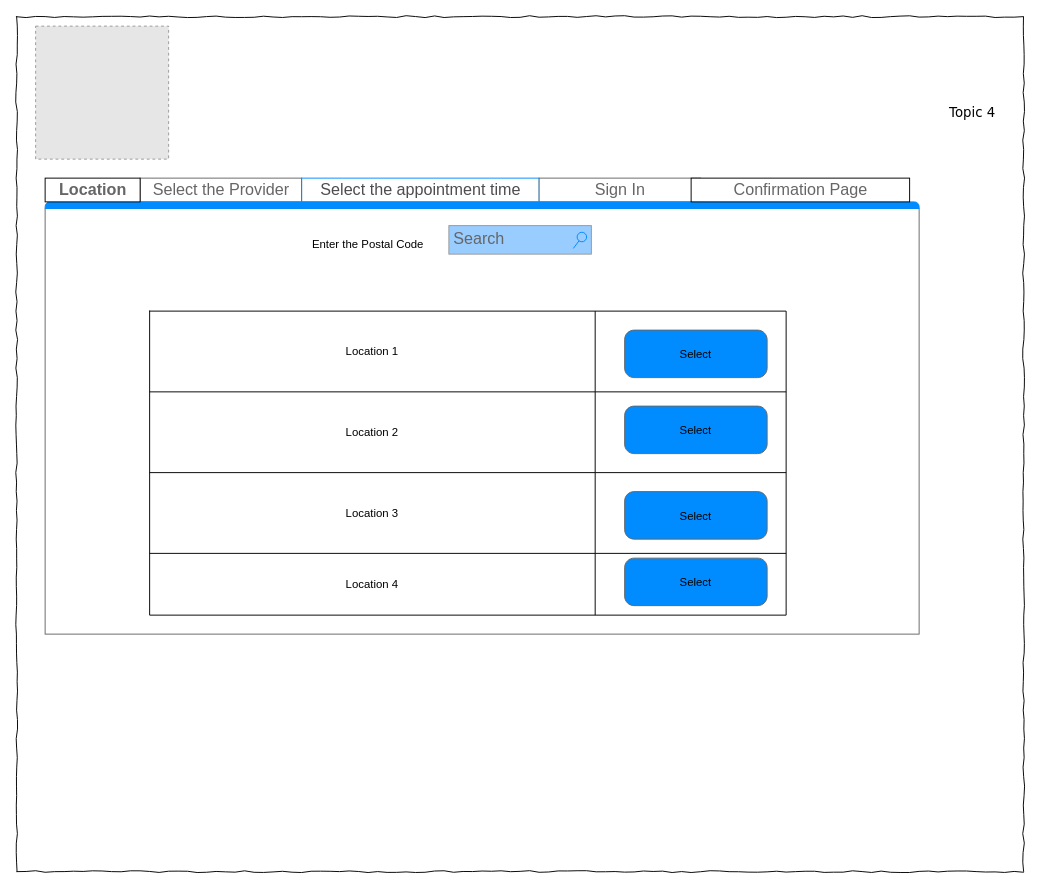
The draw.io diagram Select an Location.drawio in Janani-Manoharan/CovidDots, before the edit. Source tidied: cells renumbered, new cells numbered last; positions are measured from the earlier drawing's top-left corner, leaving out a move shared by most shapes. Both pictures are drawn from the tidied source at 95%, with x=0, y=0 at pixel (16, 16). Pictures stored in the file or linked from it are replaced by grey dashed boxes.
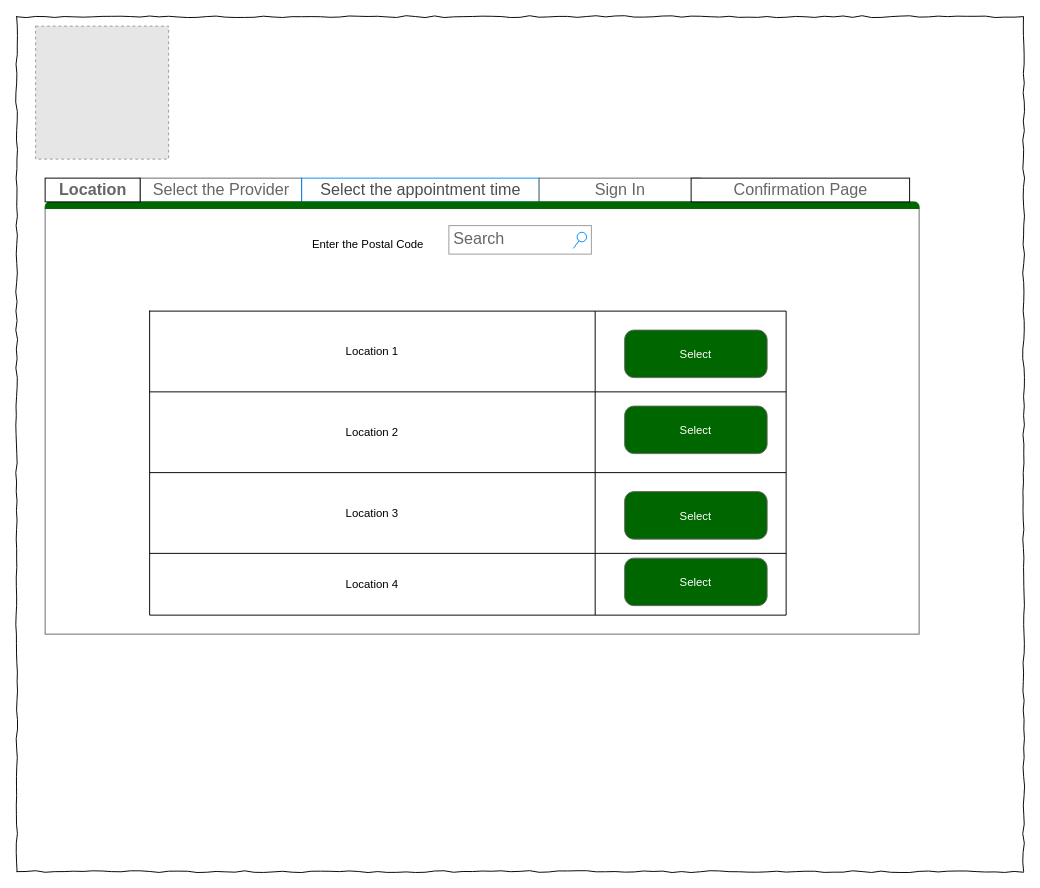
The same page after the edit.

The change refers to these unchanged cells:
```xml
<mxCell id="5" style="strokeWidth=1;shadow=0;dashed=0;align=center;html=1;shape=mxgraph.mockup.containers.marginRect2;rectMarginTop=32;strokeColor=#666666;gradientColor=none;" parent="1" vertex="1">
  <mxGeometry x="30" y="170" width="920" height="480" as="geometry" />
</mxCell>
```

The edit, as a diff of the source:
```diff
@@
-    <mxCell id="3" value="Topic 4" style="text;html=1;align=left;verticalAlign=top;spacingTop=-4;fontSize=14;fontFamily=Verdana;" parent="1" vertex="1">
-      <mxGeometry x="980" y="90" width="60" height="20" as="geometry" />
-    </mxCell>
@@
-    <mxCell id="9" style="strokeWidth=1;shadow=0;dashed=0;align=center;html=1;shape=mxgraph.mockup.containers.topButton;rSize=5;strokeColor=#008cff;fillColor=#008cff;gradientColor=none;" parent="5" vertex="1">
+    <mxCell id="9" style="strokeWidth=1;shadow=0;dashed=0;align=center;html=1;shape=mxgraph.mockup.containers.topButton;rSize=5;gradientColor=none;fillColor=#006600;strokeColor=#006600;" parent="5" vertex="1">
       <mxGeometry width="920" height="7" relative="1" as="geometry">
         <mxPoint y="25" as="offset" />
       </mxGeometry>
     </mxCell>
@@
-    <mxCell id="24" value="&lt;span style=&quot;color: rgb(0 , 0 , 0) ; font-size: 12px ; font-weight: 400&quot;&gt;Select&lt;/span&gt;" style="strokeWidth=1;shadow=0;dashed=0;align=center;html=1;shape=mxgraph.mockup.buttons.button;strokeColor=#666666;fontColor=#ffffff;mainText=;buttonStyle=round;fontSize=17;fontStyle=1;fillColor=#008cff;whiteSpace=wrap;" parent="5" vertex="1">
+    <mxCell id="24" value="&lt;span style=&quot;font-size: 12px; font-weight: 400;&quot;&gt;Select&lt;/span&gt;" style="strokeWidth=1;shadow=0;dashed=0;align=center;html=1;shape=mxgraph.mockup.buttons.button;strokeColor=#666666;mainText=;buttonStyle=round;fontSize=17;fontStyle=1;whiteSpace=wrap;fillColor=#006600;fontColor=#FFFFFF;" parent="5" vertex="1">
       <mxGeometry x="610" y="160" width="150" height="50" as="geometry" />
     </mxCell>
-    <mxCell id="25" value="&lt;span style=&quot;color: rgb(0 , 0 , 0) ; font-size: 12px ; font-weight: 400&quot;&gt;Select&lt;/span&gt;" style="strokeWidth=1;shadow=0;dashed=0;align=center;html=1;shape=mxgraph.mockup.buttons.button;strokeColor=#666666;fontColor=#ffffff;mainText=;buttonStyle=round;fontSize=17;fontStyle=1;fillColor=#008cff;whiteSpace=wrap;" parent="5" vertex="1">
-      <mxGeometry x="610" y="240" width="150" height="50" as="geometry" />
-    </mxCell>
-    <mxCell id="26" value="&lt;span style=&quot;color: rgb(0 , 0 , 0) ; font-size: 12px ; font-weight: 400&quot;&gt;Select&lt;/span&gt;" style="strokeWidth=1;shadow=0;dashed=0;align=center;html=1;shape=mxgraph.mockup.buttons.button;strokeColor=#666666;fontColor=#ffffff;mainText=;buttonStyle=round;fontSize=17;fontStyle=1;fillColor=#008cff;whiteSpace=wrap;" parent="5" vertex="1">
-      <mxGeometry x="610" y="330" width="150" height="50" as="geometry" />
-    </mxCell>
-    <mxCell id="27" value="&lt;span style=&quot;color: rgb(0 , 0 , 0) ; font-size: 12px ; font-weight: 400&quot;&gt;Select&lt;/span&gt;" style="strokeWidth=1;shadow=0;dashed=0;align=center;html=1;shape=mxgraph.mockup.buttons.button;strokeColor=#666666;fontColor=#ffffff;mainText=;buttonStyle=round;fontSize=17;fontStyle=1;fillColor=#008cff;whiteSpace=wrap;" parent="5" vertex="1">
-      <mxGeometry x="610" y="400" width="150" height="50" as="geometry" />
-    </mxCell>
+    <mxCell id="31" value="&lt;span style=&quot;font-size: 12px; font-weight: 400;&quot;&gt;Select&lt;/span&gt;" style="strokeWidth=1;shadow=0;dashed=0;align=center;html=1;shape=mxgraph.mockup.buttons.button;strokeColor=#666666;mainText=;buttonStyle=round;fontSize=17;fontStyle=1;whiteSpace=wrap;fillColor=#006600;fontColor=#FFFFFF;" parent="5" vertex="1">
+      <mxGeometry x="610" y="400" width="150" height="50" as="geometry" />
+    </mxCell>
+    <mxCell id="32" value="&lt;span style=&quot;font-size: 12px; font-weight: 400;&quot;&gt;Select&lt;/span&gt;" style="strokeWidth=1;shadow=0;dashed=0;align=center;html=1;shape=mxgraph.mockup.buttons.button;strokeColor=#666666;mainText=;buttonStyle=round;fontSize=17;fontStyle=1;whiteSpace=wrap;fillColor=#006600;fontColor=#FFFFFF;" parent="5" vertex="1">
+      <mxGeometry x="610" y="240" width="150" height="50" as="geometry" />
+    </mxCell>
+    <mxCell id="33" value="&lt;span style=&quot;font-size: 12px; font-weight: 400;&quot;&gt;Select&lt;/span&gt;" style="strokeWidth=1;shadow=0;dashed=0;align=center;html=1;shape=mxgraph.mockup.buttons.button;strokeColor=#666666;mainText=;buttonStyle=round;fontSize=17;fontStyle=1;whiteSpace=wrap;fillColor=#006600;fontColor=#FFFFFF;" parent="5" vertex="1">
+      <mxGeometry x="610" y="330" width="150" height="50" as="geometry" />
+    </mxCell>
@@
-    <mxCell id="30" value="Search" style="strokeWidth=1;shadow=0;dashed=0;align=center;html=1;shape=mxgraph.mockup.forms.searchBox;strokeColor=#999999;mainText=;strokeColor2=#008cff;fontColor=#666666;fontSize=17;align=left;spacingLeft=3;fillColor=#99CCFF;" parent="1" vertex="1">
+    <mxCell id="30" value="Search" style="strokeWidth=1;shadow=0;dashed=0;align=center;html=1;shape=mxgraph.mockup.forms.searchBox;strokeColor=#999999;mainText=;strokeColor2=#008cff;fontSize=17;align=left;spacingLeft=3;labelBackgroundColor=none;fillColor=#FFFFFF;fontColor=#666666;" parent="1" vertex="1">
       <mxGeometry x="455" y="220" width="150" height="30" as="geometry" />
     </mxCell>
```
